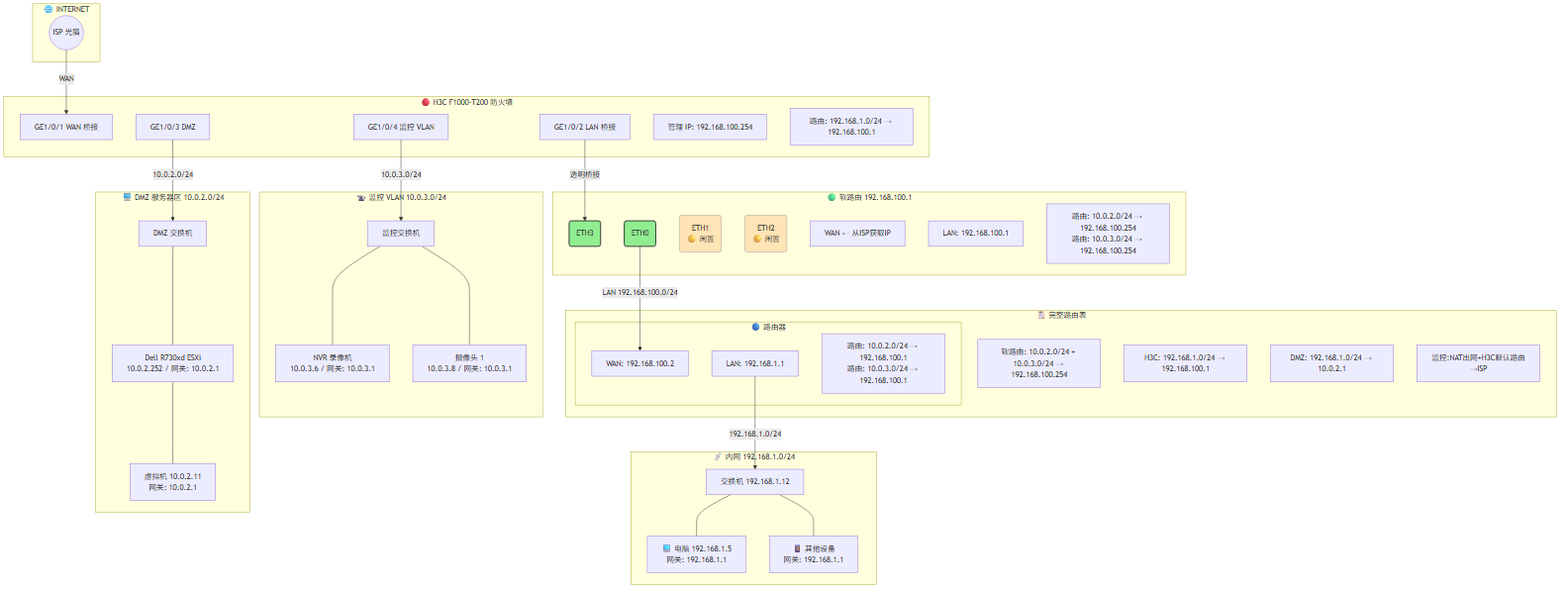
Before: source/img/topo-full.png, a diagram exported from Mermaid (never-give-up-cn/myhome). Its source is kept beside it as source/img/topo-full.mmd.
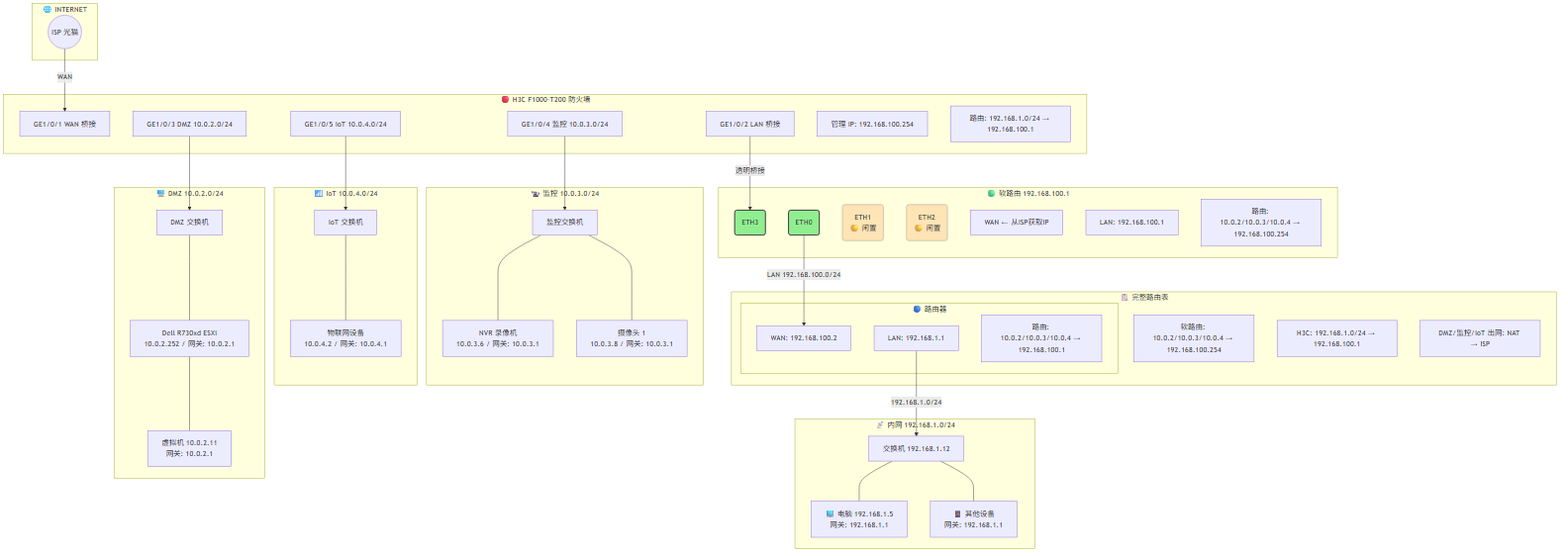
Above is the later version.

Commit message:
feat: 新增 IoT VLAN 10.0.4.0/24，含路由和 NAT

What changed in the source:
```diff
@@ -6,8 +6,9 @@
     subgraph FW["🔴 H3C F1000-T200 防火墙"]
         GE1["GE1/0/1 WAN 桥接"]
         GE2["GE1/0/2 LAN 桥接"]
-        GE3["GE1/0/3 DMZ"]
-        GE4["GE1/0/4 监控 VLAN"]
+        GE3["GE1/0/3 DMZ 10.0.2.0/24"]
+        GE4["GE1/0/4 监控 10.0.3.0/24"]
+        GE5["GE1/0/5 IoT 10.0.4.0/24"]
         MGMT["管理 IP: 192.168.100.254"]
         FW_R["路由: 192.168.1.0/24 → 192.168.100.1"]
     end
@@ -19,13 +20,13 @@
         ETH2("ETH2<br/>🟡 闲置"):::port_idle
         SR_WAN["WAN ← 从ISP获取IP"]
         SR_LAN["LAN: 192.168.100.1"]
-        SR_R["路由: 10.0.2.0/24 → 192.168.100.254<br/>路由: 10.0.3.0/24 → 192.168.100.254"]
+        SR_R["路由: 10.0.2/10.0.3/10.0.4 → 192.168.100.254"]
     end
 
     subgraph R2["🔵 路由器"]
         R2_WAN["WAN: 192.168.100.2"]
         R2_LAN["LAN: 192.168.1.1"]
-        R2_R["路由: 10.0.2.0/24 → 192.168.100.1<br/>路由: 10.0.3.0/24 → 192.168.100.1"]
+        R2_R["路由: 10.0.2/10.0.3/10.0.4 → 192.168.100.1"]
     end
 
     subgraph LAN["📡 内网 192.168.1.0/24"]
@@ -34,16 +35,21 @@
         OTHER["📱 其他设备<br/>网关: 192.168.1.1"]
     end
 
-    subgraph DMZ["🖥️ DMZ 服务器区 10.0.2.0/24"]
+    subgraph DMZ["🖥️ DMZ 10.0.2.0/24"]
         DMZ_SW["DMZ 交换机"]
         R730xd["Dell R730xd ESXi<br/>10.0.2.252 / 网关: 10.0.2.1"]
         VM["虚拟机 10.0.2.11<br/>网关: 10.0.2.1"]
     end
 
-    subgraph SUR["📹 监控 VLAN 10.0.3.0/24"]
+    subgraph SUR["📹 监控 10.0.3.0/24"]
         SUR_SW["监控交换机"]
         NVR["NVR 录像机<br/>10.0.3.6 / 网关: 10.0.3.1"]
         CAM["摄像头 1<br/>10.0.3.8 / 网关: 10.0.3.1"]
+    end
+
+    subgraph IOT["📶 IoT 10.0.4.0/24"]
+        IOT_SW["IoT 交换机"]
+        IOT_DEV["物联网设备<br/>10.0.4.2 / 网关: 10.0.4.1"]
     end
 
     ISP -->|"WAN"| GE1
@@ -52,19 +58,20 @@
     R2_LAN -->|"192.168.1.0/24"| SW
     SW --- PC
     SW --- OTHER
-    GE3 -->|"10.0.2.0/24"| DMZ_SW
+    GE3 --> DMZ_SW
     DMZ_SW --- R730xd
     R730xd --- VM
-    GE4 -->|"10.0.3.0/24"| SUR_SW
+    GE4 --> SUR_SW
     SUR_SW --- NVR
     SUR_SW --- CAM
+    GE5 --> IOT_SW
+    IOT_SW --- IOT_DEV
 
     subgraph ROUTES["📋 完整路由表"]
-        R1["软路由: 10.0.2.0/24 + 10.0.3.0/24 → 192.168.100.254"]
-        R2["路由器: 10.0.2.0/24 + 10.0.3.0/24 → 192.168.100.1"]
+        R1["软路由: 10.0.2/10.0.3/10.0.4 → 192.168.100.254"]
+        R2["路由器: 10.0.2/10.0.3/10.0.4 → 192.168.100.1"]
         R3["H3C: 192.168.1.0/24 → 192.168.100.1"]
-        R4["DMZ: 192.168.1.0/24 → 10.0.2.1"]
-        R5["监控:NAT出网+H3C默认路由→ISP"]
+        R4["DMZ/监控/IoT 出网: NAT → ISP"]
     end
 
     classDef port fill:#90EE90,stroke:#333,stroke-width:2
```
